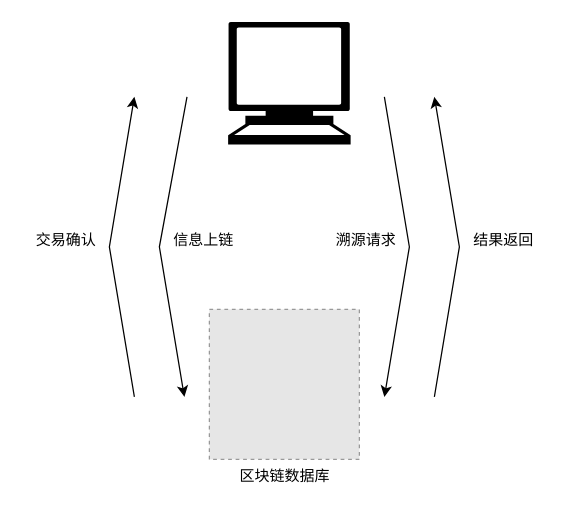
The draw.io diagram 毕设前后端.drawio in sunmiao0301/Public-Pic-Bed, before the edit. Source tidied: cells renumbered, new cells numbered last; positions are measured from the earlier drawing's top-left corner, leaving out a move shared by most shapes. Both pictures are drawn from the tidied source at 125%, with x=0, y=0 at pixel (21, 21). Pictures stored in the file or linked from it are replaced by grey dashed boxes.
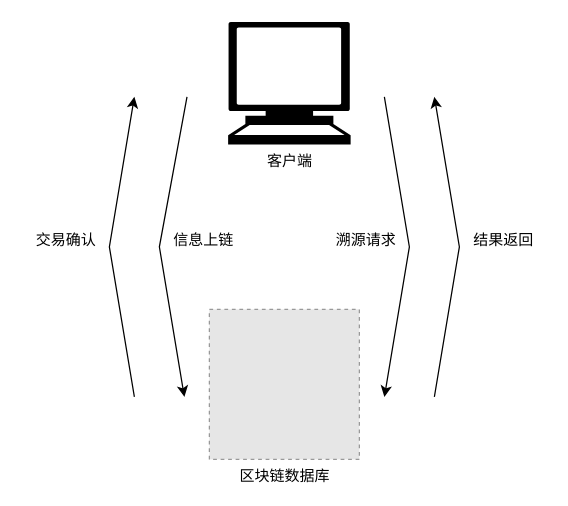
After the change.

Commit message (it also covers changes not shown here):
更新毕设前后端.drawio

What changed in the source:
```diff
@@
 <mxGraphModel>
   <root>
     <mxCell id="0" />
     <mxCell id="1" parent="0" />
-    <mxCell id="2" style="shape=mxgraph.signs.tech.computer;html=1;fillColor=#000000;strokeColor=none;verticalLabelPosition=bottom;verticalAlign=top;align=center;" parent="1" vertex="1">
+    <mxCell id="2" value="客户端" style="shape=mxgraph.signs.tech.computer;html=1;fillColor=#000000;strokeColor=none;verticalLabelPosition=bottom;verticalAlign=top;align=center;" parent="1" vertex="1">
       <mxGeometry x="165" width="98" height="98" as="geometry" />
     </mxCell>
     <mxCell id="3" value="区块链数据库" style="fillColor=#E6E6E6;strokeColor=#999999;dashed=1;html=1;verticalAlign=top;verticalLabelPosition=bottom;labelBackgroundColor=#ffffff;" parent="1" vertex="1">
       <mxGeometry x="150" y="230" width="120" height="120" as="geometry" />
     </mxCell>
     <mxCell id="4" style="endArrow=classic;html=1;rounded=0;" parent="1" edge="1">
       <mxGeometry relative="1" as="geometry">
         <mxPoint x="132.1" y="60" as="sourcePoint" />
         <mxPoint x="130" y="300" as="targetPoint" />
         <Array as="points">
           <mxPoint x="110" y="180" />
         </Array>
       </mxGeometry>
     </mxCell>
     <mxCell id="5" value="信息上链" style="text;html=1;align=center;verticalAlign=middle;strokeColor=none;fillColor=none;" parent="1" vertex="1">
       <mxGeometry x="110" y="160" width="70" height="30" as="geometry" />
     </mxCell>
     <mxCell id="6" style="endArrow=classic;html=1;rounded=0;" parent="1" edge="1">
       <mxGeometry relative="1" as="geometry">
         <mxPoint x="90" y="300" as="sourcePoint" />
         <mxPoint x="90" y="60" as="targetPoint" />
         <Array as="points">
           <mxPoint x="70" y="180" />
         </Array>
       </mxGeometry>
     </mxCell>
     <mxCell id="7" value="交易确认" style="text;html=1;align=center;verticalAlign=middle;strokeColor=none;fillColor=none;" parent="1" vertex="1">
       <mxGeometry y="160" width="70" height="30" as="geometry" />
     </mxCell>
     <mxCell id="8" style="endArrow=classic;html=1;rounded=0;" parent="1" edge="1">
       <mxGeometry relative="1" as="geometry">
         <mxPoint x="290" y="60" as="sourcePoint" />
         <mxPoint x="290" y="300" as="targetPoint" />
         <Array as="points">
           <mxPoint x="310" y="180" />
         </Array>
       </mxGeometry>
     </mxCell>
     <mxCell id="9" value="结果返回" style="text;html=1;align=center;verticalAlign=middle;strokeColor=none;fillColor=none;" parent="1" vertex="1">
       <mxGeometry x="350" y="160" width="70" height="30" as="geometry" />
     </mxCell>
     <mxCell id="10" style="endArrow=classic;html=1;rounded=0;" parent="1" edge="1">
       <mxGeometry relative="1" as="geometry">
         <mxPoint x="330" y="300" as="sourcePoint" />
         <mxPoint x="330" y="60" as="targetPoint" />
         <Array as="points">
           <mxPoint x="350" y="180" />
         </Array>
       </mxGeometry>
     </mxCell>
     <mxCell id="11" value="溯源请求" style="text;html=1;align=center;verticalAlign=middle;strokeColor=none;fillColor=none;" parent="1" vertex="1">
       <mxGeometry x="240" y="160" width="70" height="30" as="geometry" />
     </mxCell>
   </root>
 </mxGraphModel>
```
